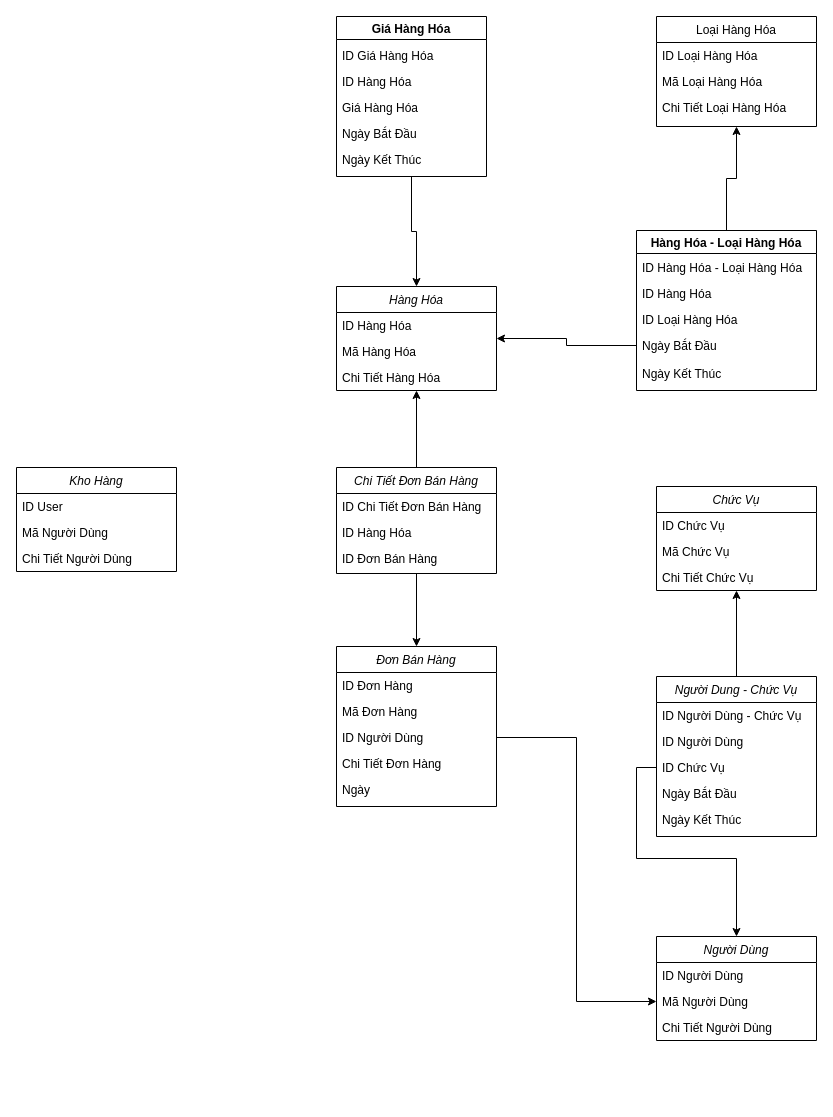
The draw.io diagram RelationshipDiagram/GroceryDatabase.drawio in Nguyen-Dinh-Sang/Diagram, before the edit. Source tidied: cells renumbered, new cells numbered last; positions are measured from the earlier drawing's top-left corner, leaving out a move shared by most shapes. Both pictures are drawn from the tidied source at 100%, with x=0, y=0 at pixel (16, 16).
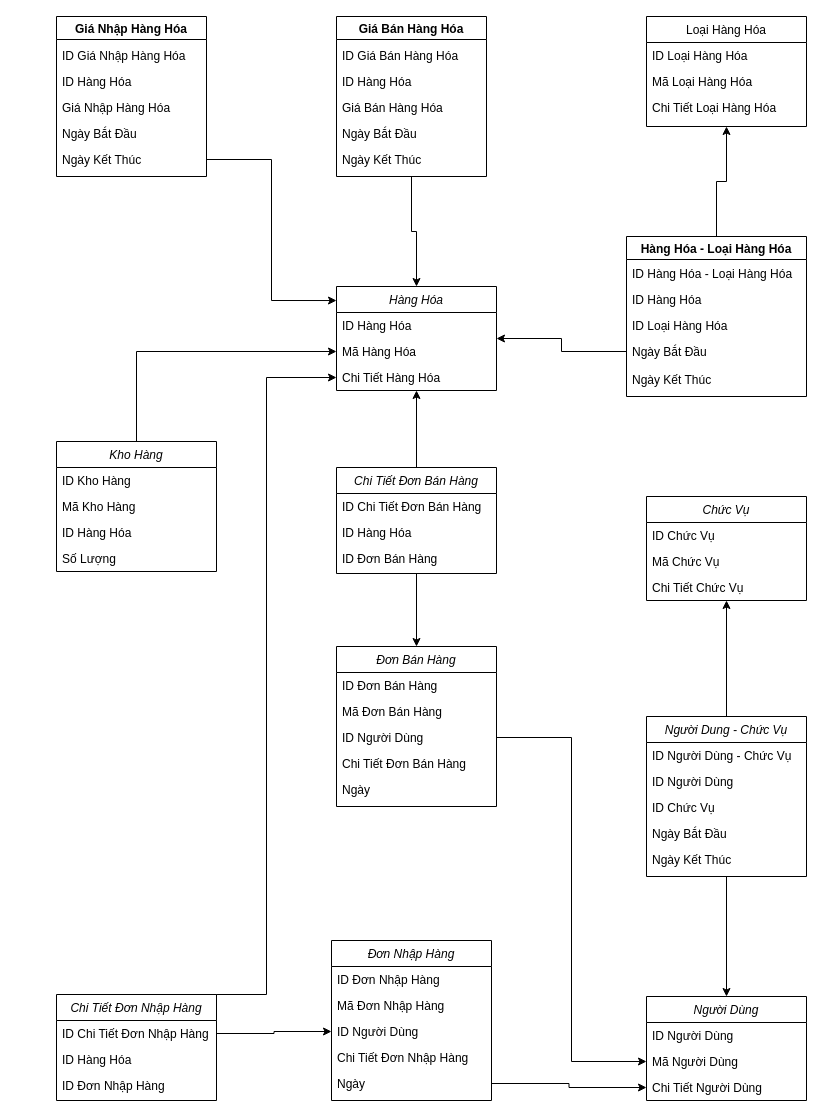
Above is the later version.

Commit message:
RelationshipDiagrams-DinhSang: update GroceryDatabase.drawio

Unchanged cells that the change refers to:
```xml
<mxCell id="2" value="Hàng Hóa" style="swimlane;fontStyle=2;align=center;verticalAlign=top;horizontal=1;startSize=26;rounded=0;shadow=0;strokeWidth=1;" parent="1" vertex="1">
  <mxGeometry x="320" y="270" width="160" height="104" as="geometry" />
</mxCell>
<mxCell id="4" value="Mã Hàng Hóa" style="text;align=left;verticalAlign=top;spacingLeft=4;spacingRight=4;overflow=hidden;points=[[0,0.5],[1,0.5]];portConstraint=eastwest;rounded=0;shadow=0;html=0;" parent="2" vertex="1">
  <mxGeometry y="52" width="160" height="26" as="geometry" />
</mxCell>
<mxCell id="5" value="Chi Tiết Hàng Hóa" style="text;align=left;verticalAlign=top;spacingLeft=4;spacingRight=4;overflow=hidden;points=[[0,0.5],[1,0.5]];portConstraint=eastwest;" parent="2" vertex="1">
  <mxGeometry y="78" width="160" height="26" as="geometry" />
</mxCell>
<mxCell id="27" value="Chi Tiết Người Dùng" style="text;align=left;verticalAlign=top;spacingLeft=4;spacingRight=4;overflow=hidden;points=[[0,0.5],[1,0.5]];portConstraint=eastwest;" parent="24" vertex="1">
  <mxGeometry y="78" width="160" height="26" as="geometry" />
</mxCell>
<mxCell id="36" value="ID Chức Vụ" style="text;align=left;verticalAlign=top;spacingLeft=4;spacingRight=4;overflow=hidden;points=[[0,0.5],[1,0.5]];portConstraint=eastwest;" parent="33" vertex="1">
  <mxGeometry y="78" width="160" height="26" as="geometry" />
</mxCell>
<mxCell id="45" value="Đơn Bán Hàng" style="swimlane;fontStyle=2;align=center;verticalAlign=top;horizontal=1;startSize=26;rounded=0;shadow=0;strokeWidth=1;" parent="1" vertex="1">
  <mxGeometry x="320" y="630" width="160" height="160" as="geometry" />
</mxCell>
```

What changed in the source:
```diff
@@
     <mxCell id="6" value="Loại Hàng Hóa" style="swimlane;fontStyle=0;align=center;verticalAlign=top;horizontal=1;startSize=26;rounded=0;shadow=0;strokeWidth=1;" parent="1" vertex="1">
-      <mxGeometry x="640" width="160" height="110" as="geometry" />
+      <mxGeometry x="630" width="160" height="110" as="geometry" />
     </mxCell>
@@
     <mxCell id="11" value="Hàng Hóa - Loại Hàng Hóa" style="swimlane;" parent="1" vertex="1">
-      <mxGeometry x="620" y="214" width="180" height="160" as="geometry" />
+      <mxGeometry x="610" y="220" width="180" height="160" as="geometry" />
     </mxCell>
@@
-    <mxCell id="18" value="Giá Hàng Hóa" style="swimlane;" parent="1" vertex="1">
+    <mxCell id="18" value="Giá Bán Hàng Hóa" style="swimlane;" parent="1" vertex="1">
       <mxGeometry x="320" width="150" height="160" as="geometry" />
     </mxCell>
-    <mxCell id="19" value="ID Giá Hàng Hóa" style="text;align=left;verticalAlign=top;spacingLeft=4;spacingRight=4;overflow=hidden;" parent="18" vertex="1">
+    <mxCell id="19" value="ID Giá Bán Hàng Hóa" style="text;align=left;verticalAlign=top;spacingLeft=4;spacingRight=4;overflow=hidden;" parent="18" vertex="1">
       <mxGeometry y="26" width="150" height="26" as="geometry" />
     </mxCell>
-    <mxCell id="20" value="Giá Hàng Hóa" style="text;align=left;verticalAlign=top;spacingLeft=4;spacingRight=4;overflow=hidden;" parent="18" vertex="1">
+    <mxCell id="20" value="Giá Bán Hàng Hóa" style="text;align=left;verticalAlign=top;spacingLeft=4;spacingRight=4;overflow=hidden;" parent="18" vertex="1">
       <mxGeometry y="78" width="150" height="26" as="geometry" />
     </mxCell>
@@
-    <mxCell id="23" value="Ngày Kết Thúc" style="text;align=left;verticalAlign=top;spacingLeft=4;spacingRight=4;overflow=hidden;" parent="1" vertex="1">
-      <mxGeometry x="320" y="130" width="150" height="26" as="geometry" />
+    <mxCell id="23" value="Ngày Kết Thúc" style="text;align=left;verticalAlign=top;spacingLeft=4;spacingRight=4;overflow=hidden;" parent="18" vertex="1">
+      <mxGeometry y="130" width="150" height="26" as="geometry" />
     </mxCell>
     <mxCell id="24" value="Người Dùng" style="swimlane;fontStyle=2;align=center;verticalAlign=top;horizontal=1;startSize=26;rounded=0;shadow=0;strokeWidth=1;" parent="1" vertex="1">
-      <mxGeometry x="640" y="920" width="160" height="104" as="geometry" />
+      <mxGeometry x="630" y="980" width="160" height="104" as="geometry" />
     </mxCell>
@@
     <mxCell id="28" value="Chức Vụ" style="swimlane;fontStyle=2;align=center;verticalAlign=top;horizontal=1;startSize=26;rounded=0;shadow=0;strokeWidth=1;" parent="1" vertex="1">
-      <mxGeometry x="640" y="470" width="160" height="104" as="geometry" />
+      <mxGeometry x="630" y="480" width="160" height="104" as="geometry" />
     </mxCell>
@@
+    <mxCell id="58" style="edgeStyle=orthogonalEdgeStyle;rounded=0;jettySize=auto;html=1;exitX=0.5;exitY=1;exitDx=0;exitDy=0;" parent="1" edge="1" source="33" target="24">
+      <mxGeometry relative="1" as="geometry" />
+    </mxCell>
     <mxCell id="33" value="Người Dung - Chức Vụ" style="swimlane;fontStyle=2;align=center;verticalAlign=top;horizontal=1;startSize=26;rounded=0;shadow=0;strokeWidth=1;" parent="1" vertex="1">
-      <mxGeometry x="640" y="660" width="160" height="160" as="geometry" />
+      <mxGeometry x="630" y="700" width="160" height="160" as="geometry" />
     </mxCell>
@@
-    <mxCell id="39" style="edgeStyle=orthogonalEdgeStyle;rounded=0;jettySize=auto;html=1;exitX=0;exitY=0.5;exitDx=0;exitDy=0;" parent="1" edge="1" source="36" target="24">
-      <mxGeometry relative="1" as="geometry" />
-    </mxCell>
@@
+    <mxCell id="59" style="edgeStyle=orthogonalEdgeStyle;rounded=0;jettySize=auto;html=1;exitX=0.5;exitY=0;exitDx=0;exitDy=0;entryX=0;entryY=0.5;entryDx=0;entryDy=0;" parent="1" edge="1" source="41" target="4">
+      <mxGeometry relative="1" as="geometry" />
+    </mxCell>
     <mxCell id="41" value="Kho Hàng" style="swimlane;fontStyle=2;align=center;verticalAlign=top;horizontal=1;startSize=26;rounded=0;shadow=0;strokeWidth=1;" parent="1" vertex="1">
-      <mxGeometry y="451" width="160" height="104" as="geometry" />
+      <mxGeometry x="40" y="425" width="160" height="130" as="geometry" />
     </mxCell>
-    <mxCell id="42" value="ID User" style="text;align=left;verticalAlign=top;spacingLeft=4;spacingRight=4;overflow=hidden;" parent="41" vertex="1">
+    <mxCell id="42" value="ID Kho Hàng" style="text;align=left;verticalAlign=top;spacingLeft=4;spacingRight=4;overflow=hidden;" parent="41" vertex="1">
       <mxGeometry y="26" width="160" height="26" as="geometry" />
     </mxCell>
-    <mxCell id="43" value="Mã Người Dùng" style="text;align=left;verticalAlign=top;spacingLeft=4;spacingRight=4;overflow=hidden;rounded=0;shadow=0;html=0;" parent="41" vertex="1">
+    <mxCell id="43" value="Mã Kho Hàng" style="text;align=left;verticalAlign=top;spacingLeft=4;spacingRight=4;overflow=hidden;rounded=0;shadow=0;html=0;" parent="41" vertex="1">
       <mxGeometry y="52" width="160" height="26" as="geometry" />
     </mxCell>
-    <mxCell id="44" value="Chi Tiết Người Dùng" style="text;align=left;verticalAlign=top;spacingLeft=4;spacingRight=4;overflow=hidden;" parent="41" vertex="1">
+    <mxCell id="44" value="ID Hàng Hóa" style="text;align=left;verticalAlign=top;spacingLeft=4;spacingRight=4;overflow=hidden;" parent="41" vertex="1">
       <mxGeometry y="78" width="160" height="26" as="geometry" />
     </mxCell>
+    <mxCell id="60" value="Số Lượng" style="text;align=left;verticalAlign=top;spacingLeft=4;spacingRight=4;overflow=hidden;" parent="41" vertex="1">
+      <mxGeometry y="104" width="160" height="26" as="geometry" />
+    </mxCell>
@@
-    <mxCell id="46" value="ID Đơn Hàng" style="text;align=left;verticalAlign=top;spacingLeft=4;spacingRight=4;overflow=hidden;" parent="45" vertex="1">
+    <mxCell id="46" value="ID Đơn Bán Hàng" style="text;align=left;verticalAlign=top;spacingLeft=4;spacingRight=4;overflow=hidden;" parent="45" vertex="1">
       <mxGeometry y="26" width="160" height="26" as="geometry" />
     </mxCell>
-    <mxCell id="47" value="Mã Đơn Hàng" style="text;align=left;verticalAlign=top;spacingLeft=4;spacingRight=4;overflow=hidden;rounded=0;shadow=0;html=0;" parent="45" vertex="1">
+    <mxCell id="47" value="Mã Đơn Bán Hàng" style="text;align=left;verticalAlign=top;spacingLeft=4;spacingRight=4;overflow=hidden;rounded=0;shadow=0;html=0;" parent="45" vertex="1">
       <mxGeometry y="52" width="160" height="26" as="geometry" />
     </mxCell>
@@
-    <mxCell id="49" value="Chi Tiết Đơn Hàng" style="text;align=left;verticalAlign=top;spacingLeft=4;spacingRight=4;overflow=hidden;" parent="45" vertex="1">
+    <mxCell id="49" value="Chi Tiết Đơn Bán Hàng" style="text;align=left;verticalAlign=top;spacingLeft=4;spacingRight=4;overflow=hidden;" parent="45" vertex="1">
       <mxGeometry y="104" width="160" height="26" as="geometry" />
     </mxCell>
@@
+    <mxCell id="61" value="Giá Nhập Hàng Hóa" style="swimlane;" parent="1" vertex="1">
+      <mxGeometry x="40" width="150" height="160" as="geometry" />
+    </mxCell>
+    <mxCell id="62" value="ID Giá Nhập Hàng Hóa" style="text;align=left;verticalAlign=top;spacingLeft=4;spacingRight=4;overflow=hidden;" parent="61" vertex="1">
+      <mxGeometry y="26" width="150" height="26" as="geometry" />
+    </mxCell>
+    <mxCell id="63" value="Giá Nhập Hàng Hóa" style="text;align=left;verticalAlign=top;spacingLeft=4;spacingRight=4;overflow=hidden;" parent="61" vertex="1">
+      <mxGeometry y="78" width="150" height="26" as="geometry" />
+    </mxCell>
+    <mxCell id="64" value="ID Hàng Hóa" style="text;align=left;verticalAlign=top;spacingLeft=4;spacingRight=4;overflow=hidden;" parent="61" vertex="1">
+      <mxGeometry y="52" width="150" height="26" as="geometry" />
+    </mxCell>
+    <mxCell id="65" value="Ngày Bắt Đầu" style="text;align=left;verticalAlign=top;spacingLeft=4;spacingRight=4;overflow=hidden;" parent="61" vertex="1">
+      <mxGeometry y="104" width="150" height="26" as="geometry" />
+    </mxCell>
+    <mxCell id="66" value="Ngày Kết Thúc" style="text;align=left;verticalAlign=top;spacingLeft=4;spacingRight=4;overflow=hidden;points=[[0,0.5],[1,0.5]];portConstraint=eastwest;" parent="61" vertex="1">
+      <mxGeometry y="130" width="150" height="26" as="geometry" />
+    </mxCell>
+    <mxCell id="67" style="edgeStyle=orthogonalEdgeStyle;rounded=0;jettySize=auto;html=1;exitX=1;exitY=0.5;exitDx=0;exitDy=0;entryX=0;entryY=0.135;entryDx=0;entryDy=0;entryPerimeter=0;" parent="1" edge="1" source="66" target="2">
+      <mxGeometry relative="1" as="geometry" />
+    </mxCell>
+    <mxCell id="68" value="Đơn Nhập Hàng" style="swimlane;fontStyle=2;align=center;verticalAlign=top;horizontal=1;startSize=26;rounded=0;shadow=0;strokeWidth=1;" parent="1" vertex="1">
+      <mxGeometry x="315" y="924" width="160" height="160" as="geometry" />
+    </mxCell>
+    <mxCell id="69" value="ID Đơn Nhập Hàng" style="text;align=left;verticalAlign=top;spacingLeft=4;spacingRight=4;overflow=hidden;" parent="68" vertex="1">
+      <mxGeometry y="26" width="160" height="26" as="geometry" />
+    </mxCell>
+    <mxCell id="70" value="Mã Đơn Nhập Hàng" style="text;align=left;verticalAlign=top;spacingLeft=4;spacingRight=4;overflow=hidden;rounded=0;shadow=0;html=0;" parent="68" vertex="1">
+      <mxGeometry y="52" width="160" height="26" as="geometry" />
+    </mxCell>
+    <mxCell id="71" value="ID Người Dùng" style="text;align=left;verticalAlign=top;spacingLeft=4;spacingRight=4;overflow=hidden;points=[[0,0.5],[1,0.5]];portConstraint=eastwest;" parent="68" vertex="1">
+      <mxGeometry y="78" width="160" height="26" as="geometry" />
+    </mxCell>
+    <mxCell id="72" value="Chi Tiết Đơn Nhập Hàng" style="text;align=left;verticalAlign=top;spacingLeft=4;spacingRight=4;overflow=hidden;" parent="68" vertex="1">
+      <mxGeometry y="104" width="160" height="26" as="geometry" />
+    </mxCell>
+    <mxCell id="73" value="Ngày" style="text;align=left;verticalAlign=top;spacingLeft=4;spacingRight=4;overflow=hidden;points=[[0,0.5],[1,0.5]];portConstraint=eastwest;" parent="68" vertex="1">
+      <mxGeometry y="130" width="160" height="26" as="geometry" />
+    </mxCell>
+    <mxCell id="74" style="edgeStyle=orthogonalEdgeStyle;rounded=0;jettySize=auto;html=1;exitX=1;exitY=0.5;exitDx=0;exitDy=0;entryX=0;entryY=0.5;entryDx=0;entryDy=0;" parent="1" edge="1" source="73" target="27">
+      <mxGeometry relative="1" as="geometry" />
+    </mxCell>
+    <mxCell id="75" style="edgeStyle=orthogonalEdgeStyle;rounded=0;jettySize=auto;html=1;exitX=0.5;exitY=0;exitDx=0;exitDy=0;entryX=0;entryY=0.5;entryDx=0;entryDy=0;" parent="1" edge="1" source="76" target="5">
+      <mxGeometry relative="1" as="geometry">
+        <Array as="points">
+          <mxPoint x="250" y="978" />
+          <mxPoint x="250" y="361" />
+        </Array>
+      </mxGeometry>
+    </mxCell>
+    <mxCell id="76" value="Chi Tiết Đơn Nhập Hàng" style="swimlane;fontStyle=2;align=center;verticalAlign=top;horizontal=1;startSize=26;rounded=0;shadow=0;strokeWidth=1;" parent="1" vertex="1">
+      <mxGeometry x="40" y="978" width="160" height="106" as="geometry" />
+    </mxCell>
+    <mxCell id="77" value="ID Chi Tiết Đơn Nhập Hàng" style="text;align=left;verticalAlign=top;spacingLeft=4;spacingRight=4;overflow=hidden;points=[[0,0.5],[1,0.5]];portConstraint=eastwest;rounded=0;shadow=0;html=0;" parent="76" vertex="1">
+      <mxGeometry y="26" width="160" height="26" as="geometry" />
+    </mxCell>
+    <mxCell id="78" value="ID Hàng Hóa" style="text;align=left;verticalAlign=top;spacingLeft=4;spacingRight=4;overflow=hidden;" parent="76" vertex="1">
+      <mxGeometry y="52" width="160" height="26" as="geometry" />
+    </mxCell>
+    <mxCell id="79" value="ID Đơn Nhập Hàng" style="text;align=left;verticalAlign=top;spacingLeft=4;spacingRight=4;overflow=hidden;" parent="76" vertex="1">
+      <mxGeometry y="78" width="160" height="26" as="geometry" />
+    </mxCell>
+    <mxCell id="80" style="edgeStyle=orthogonalEdgeStyle;rounded=0;jettySize=auto;html=1;exitX=1;exitY=0.5;exitDx=0;exitDy=0;entryX=0;entryY=0.5;entryDx=0;entryDy=0;" parent="1" edge="1" source="77" target="71">
+      <mxGeometry relative="1" as="geometry" />
+    </mxCell>
```
